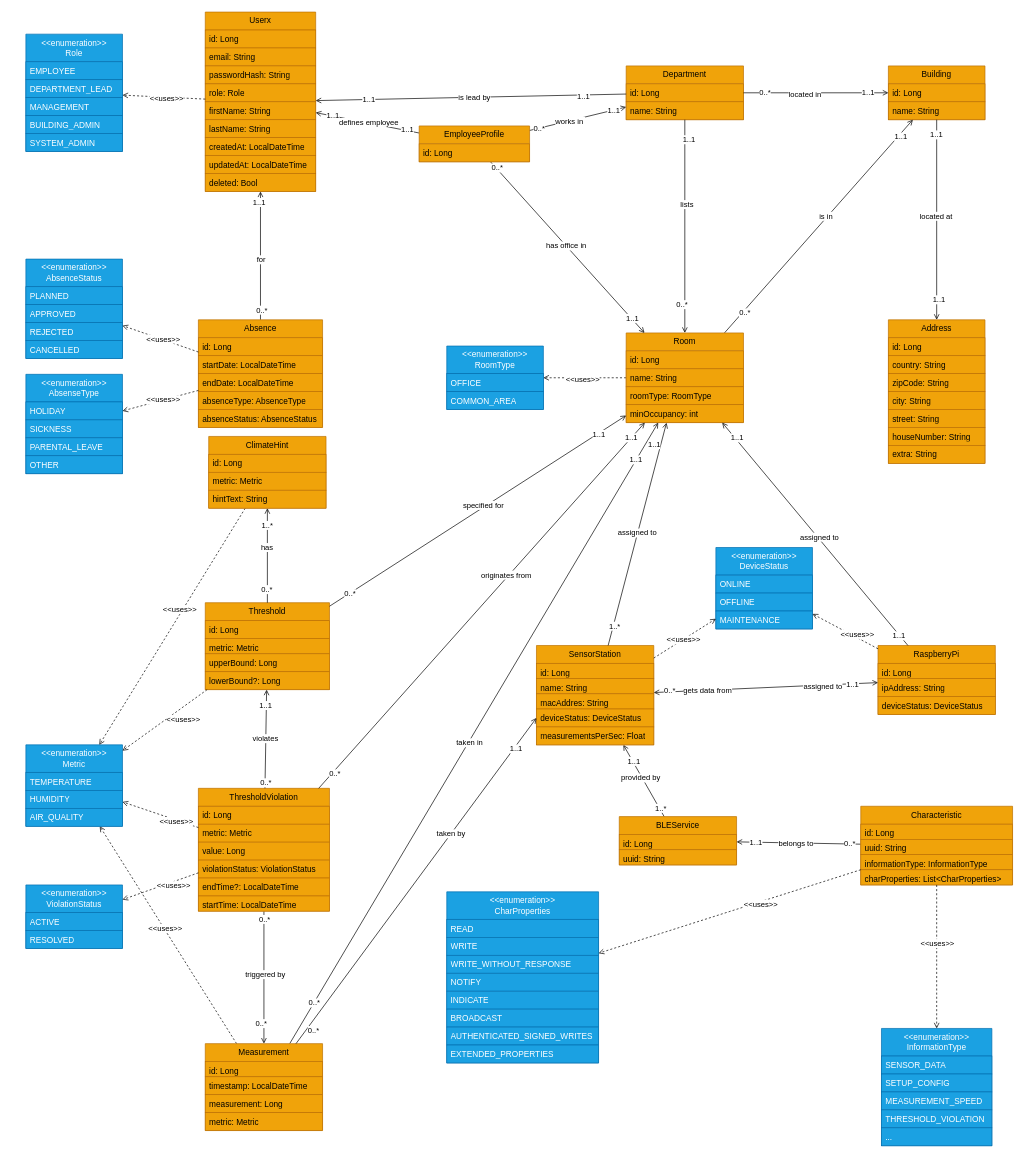
The draw.io diagram docs/Softwarekonzept_V2/images/climate-canary-webapp-backend .drawio in adriano-paganini/ClimateCanary, before the edit. Source tidied: cells renumbered, new cells numbered last; positions are measured from the earlier drawing's top-left corner, leaving out a move shared by most shapes. Both pictures are drawn from the tidied source at 69%, with x=0, y=0 at pixel (26, 12).
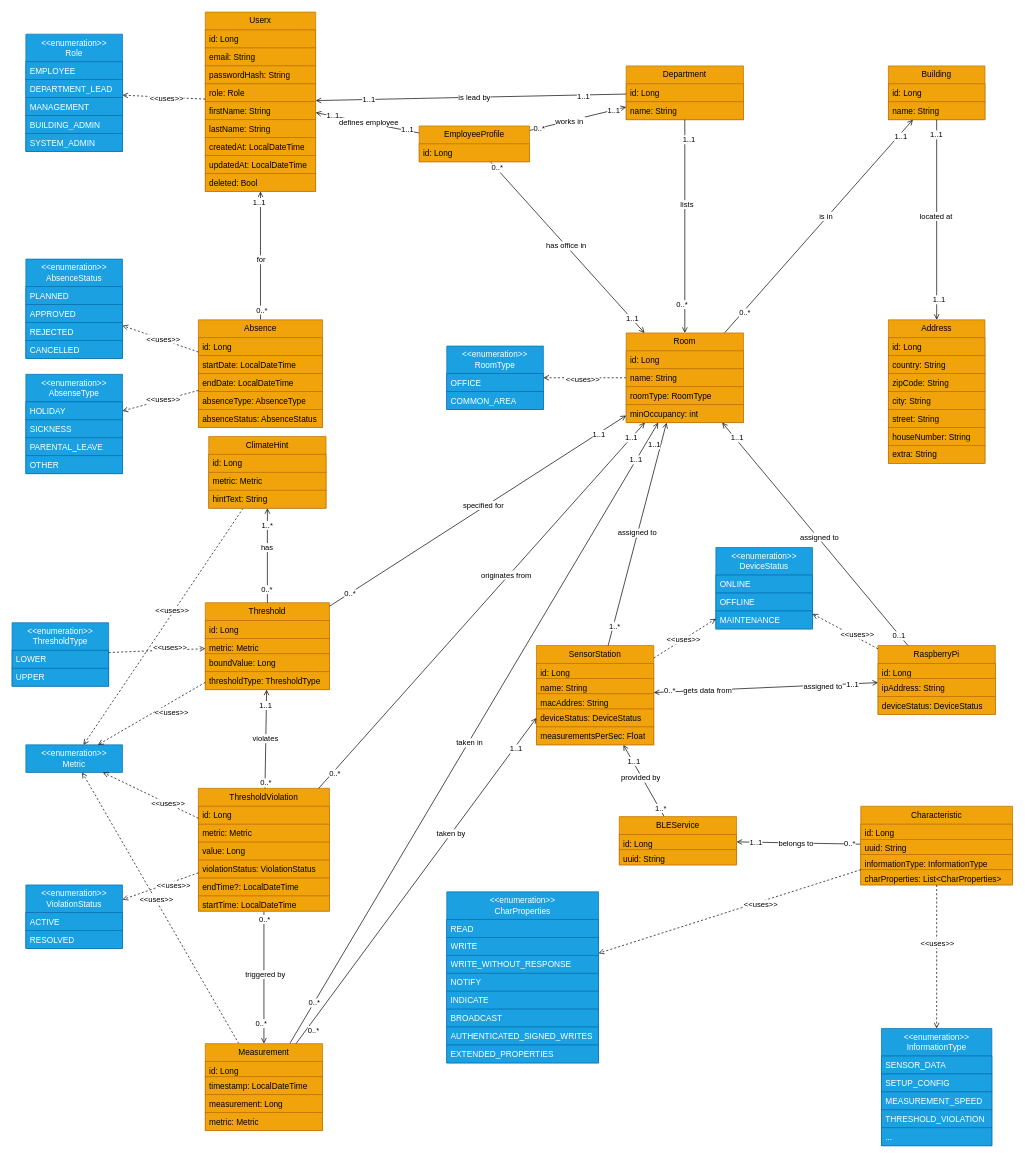
Above is the later version.

The change refers to these unchanged cells:
```xml
<mxCell id="33" value="Building" style="swimlane;fontStyle=0;horizontal=1;startSize=26;fillColor=#f0a30a;whiteSpace=wrap;html=1;fontColor=#000000;strokeColor=#BD7000;" parent="1" vertex="1">
  <mxGeometry x="1250" y="78" width="140" height="78" as="geometry" />
</mxCell>
<mxCell id="48" value="Department" style="swimlane;fontStyle=0;horizontal=1;startSize=26;fillColor=#f0a30a;whiteSpace=wrap;html=1;fontColor=#000000;strokeColor=#BD7000;" parent="1" vertex="1">
  <mxGeometry x="870" y="78" width="170" height="78" as="geometry" />
</mxCell>
<mxCell id="77" style="endArrow=none;html=1;rounded=0;startArrow=open;startFill=0;startSize=6;" parent="1" edge="1" source="65" target="70">
  <mxGeometry relative="1" as="geometry" />
</mxCell>
<mxCell id="106" value="Threshold" style="swimlane;fontStyle=0;horizontal=1;startSize=26;fillColor=#f0a30a;whiteSpace=wrap;html=1;fontColor=#000000;strokeColor=#BD7000;" parent="1" vertex="1">
  <mxGeometry x="260" y="856" width="180" height="126" as="geometry" />
</mxCell>
```

What changed in the source:
```diff
@@
-    <mxCell id="51" style="endArrow=none;html=1;rounded=0;endFill=0;startArrow=open;startFill=0;startSize=6;endSize=6;" parent="1" edge="1" source="33" target="48">
-      <mxGeometry relative="1" as="geometry" />
-    </mxCell>
-    <mxCell id="52" value="1..1" style="edgeLabel;html=1;align=left;verticalAlign=bottom;" parent="51" vertex="1">
-      <mxGeometry x="-1" relative="1" as="geometry">
-        <mxPoint x="-40" y="8" as="offset" />
-      </mxGeometry>
-    </mxCell>
-    <mxCell id="53" value="0..*" style="edgeLabel;html=1;align=right;verticalAlign=bottom;" parent="51" vertex="1">
-      <mxGeometry x="1" relative="1" as="geometry">
-        <mxPoint x="40" y="7" as="offset" />
-      </mxGeometry>
-    </mxCell>
-    <mxCell id="54" value="located in" style="edgeLabel;html=1;align=center;verticalAlign=middle;" parent="51" vertex="1">
-      <mxGeometry x="0.16" y="2" relative="1" as="geometry" />
-    </mxCell>
@@
-    <mxCell id="79" value="1..1" style="edgeLabel;html=1;align=right;verticalAlign=bottom;" parent="77" vertex="1">
+    <mxCell id="79" value="0..1" style="edgeLabel;html=1;align=right;verticalAlign=bottom;" parent="77" vertex="1">
       <mxGeometry x="1" relative="1" as="geometry">
         <mxPoint x="-3" y="-6" as="offset" />
       </mxGeometry>
     </mxCell>
@@
-    <mxCell id="109" value="upperBound: Long" style="text;strokeColor=#BD7000;fillColor=#f0a30a;align=left;verticalAlign=top;spacingLeft=4;spacingRight=4;overflow=hidden;whiteSpace=wrap;html=1;fontColor=#000000;" parent="106" vertex="1">
+    <mxCell id="109" value="boundValue: Long" style="text;strokeColor=#BD7000;fillColor=#f0a30a;align=left;verticalAlign=top;spacingLeft=4;spacingRight=4;overflow=hidden;whiteSpace=wrap;html=1;fontColor=#000000;" parent="106" vertex="1">
       <mxGeometry y="74" width="180" height="26" as="geometry" />
     </mxCell>
-    <mxCell id="110" value="lowerBound?: Long" style="text;strokeColor=#BD7000;fillColor=#f0a30a;align=left;verticalAlign=top;spacingLeft=4;spacingRight=4;overflow=hidden;whiteSpace=wrap;html=1;fontColor=#000000;" parent="106" vertex="1">
+    <mxCell id="110" value="thresholdType: ThresholdType" style="text;strokeColor=#BD7000;fillColor=#f0a30a;align=left;verticalAlign=top;spacingLeft=4;spacingRight=4;overflow=hidden;whiteSpace=wrap;html=1;fontColor=#000000;" parent="106" vertex="1">
       <mxGeometry y="100" width="180" height="26" as="geometry" />
     </mxCell>
-    <mxCell id="111" value="&lt;div&gt;&amp;lt;&amp;lt;enumeration&amp;gt;&amp;gt;&lt;/div&gt;Metric" style="swimlane;fontStyle=0;horizontal=1;startSize=40;fillColor=#1ba1e2;whiteSpace=wrap;html=1;fontColor=#ffffff;strokeColor=#006EAF;" parent="1" vertex="1">
-      <mxGeometry y="1062" width="140" height="118" as="geometry" />
+    <mxCell id="111" value="&lt;div&gt;&amp;lt;&amp;lt;enumeration&amp;gt;&amp;gt;&lt;/div&gt;Metric" style="swimlane;fontStyle=0;horizontal=1;startSize=40;fillColor=#1ba1e2;whiteSpace=wrap;html=1;fontColor=#ffffff;strokeColor=#006EAF;" parent="1" vertex="1" collapsed="1">
+      <mxGeometry y="1062" width="140" height="40" as="geometry" />
     </mxCell>
-    <mxCell id="112" value="TEMPERATURE" style="text;strokeColor=#006EAF;fillColor=#1ba1e2;align=left;verticalAlign=top;spacingLeft=4;spacingRight=4;overflow=hidden;whiteSpace=wrap;html=1;fontColor=#ffffff;" parent="111" vertex="1">
-      <mxGeometry y="40" width="140" height="26" as="geometry" />
-    </mxCell>
-    <mxCell id="113" value="HUMIDITY" style="text;strokeColor=#006EAF;fillColor=#1ba1e2;align=left;verticalAlign=top;spacingLeft=4;spacingRight=4;overflow=hidden;whiteSpace=wrap;html=1;fontColor=#ffffff;" parent="111" vertex="1">
-      <mxGeometry y="66" width="140" height="26" as="geometry" />
-    </mxCell>
-    <mxCell id="114" value="AIR_QUALITY" style="text;strokeColor=#006EAF;fillColor=#1ba1e2;align=left;verticalAlign=top;spacingLeft=4;spacingRight=4;overflow=hidden;whiteSpace=wrap;html=1;fontColor=#ffffff;" parent="111" vertex="1">
-      <mxGeometry y="92" width="140" height="26" as="geometry" />
-    </mxCell>
@@
+    <mxCell id="234" style="rounded=0;jettySize=auto;html=1;dashed=1;endArrow=open;endFill=0;" parent="1" edge="1" source="236" target="106">
+      <mxGeometry relative="1" as="geometry" />
+    </mxCell>
+    <mxCell id="235" value="&amp;lt;&amp;lt;uses&amp;gt;&amp;gt;" style="edgeLabel;html=1;align=center;verticalAlign=middle;" parent="234" vertex="1">
+      <mxGeometry x="0.27" y="4" relative="1" as="geometry" />
+    </mxCell>
+    <mxCell id="236" value="&lt;div&gt;&amp;lt;&amp;lt;enumeration&amp;gt;&amp;gt;&lt;/div&gt;ThresholdType" style="swimlane;fontStyle=0;horizontal=1;startSize=40;fillColor=#1ba1e2;whiteSpace=wrap;html=1;fontColor=#ffffff;strokeColor=#006EAF;" parent="1" vertex="1">
+      <mxGeometry x="-20" y="885" width="140" height="92" as="geometry" />
+    </mxCell>
+    <mxCell id="237" value="LOWER" style="text;strokeColor=#006EAF;fillColor=#1ba1e2;align=left;verticalAlign=top;spacingLeft=4;spacingRight=4;overflow=hidden;whiteSpace=wrap;html=1;fontColor=#ffffff;" parent="236" vertex="1">
+      <mxGeometry y="40" width="140" height="26" as="geometry" />
+    </mxCell>
+    <mxCell id="238" value="UPPER" style="text;strokeColor=#006EAF;fillColor=#1ba1e2;align=left;verticalAlign=top;spacingLeft=4;spacingRight=4;overflow=hidden;whiteSpace=wrap;html=1;fontColor=#ffffff;" parent="236" vertex="1">
+      <mxGeometry y="66" width="140" height="26" as="geometry" />
+    </mxCell>
```
